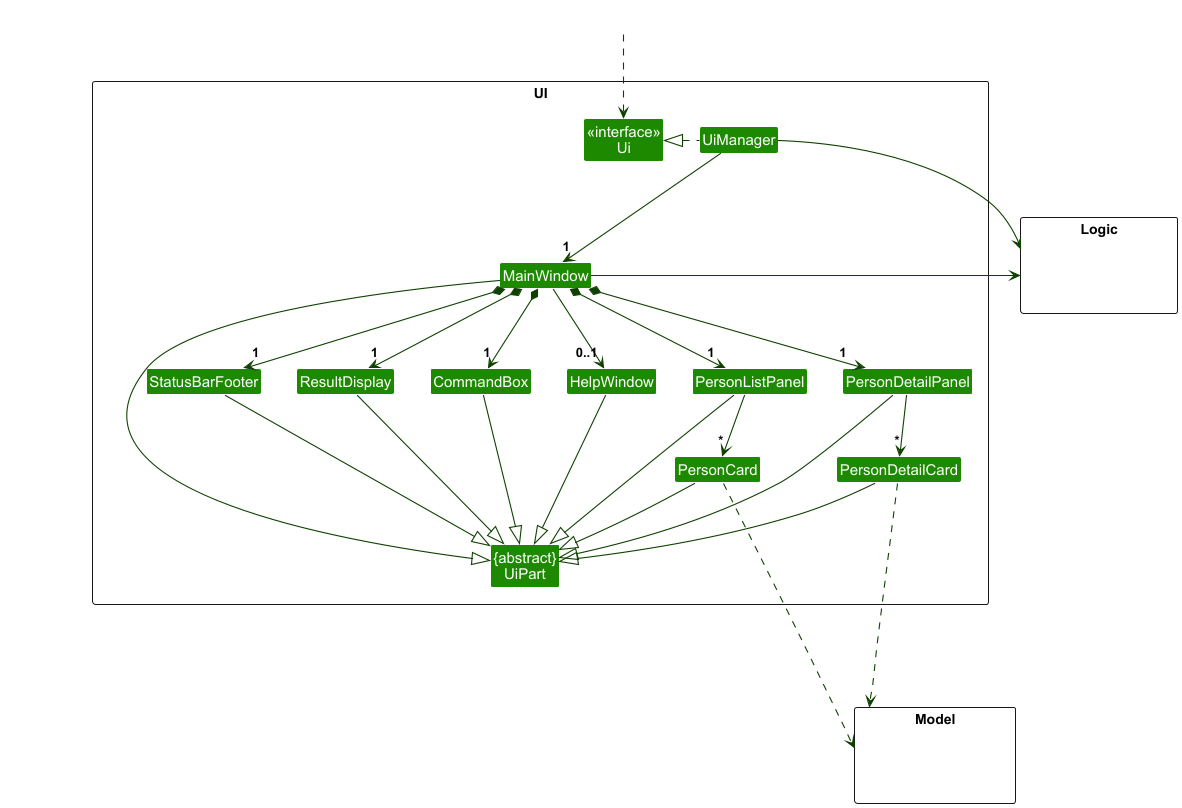
carineang/tp keeps this PlantUML diagram as docs/images/UiClassDiagram.png. Above is the earlier version.
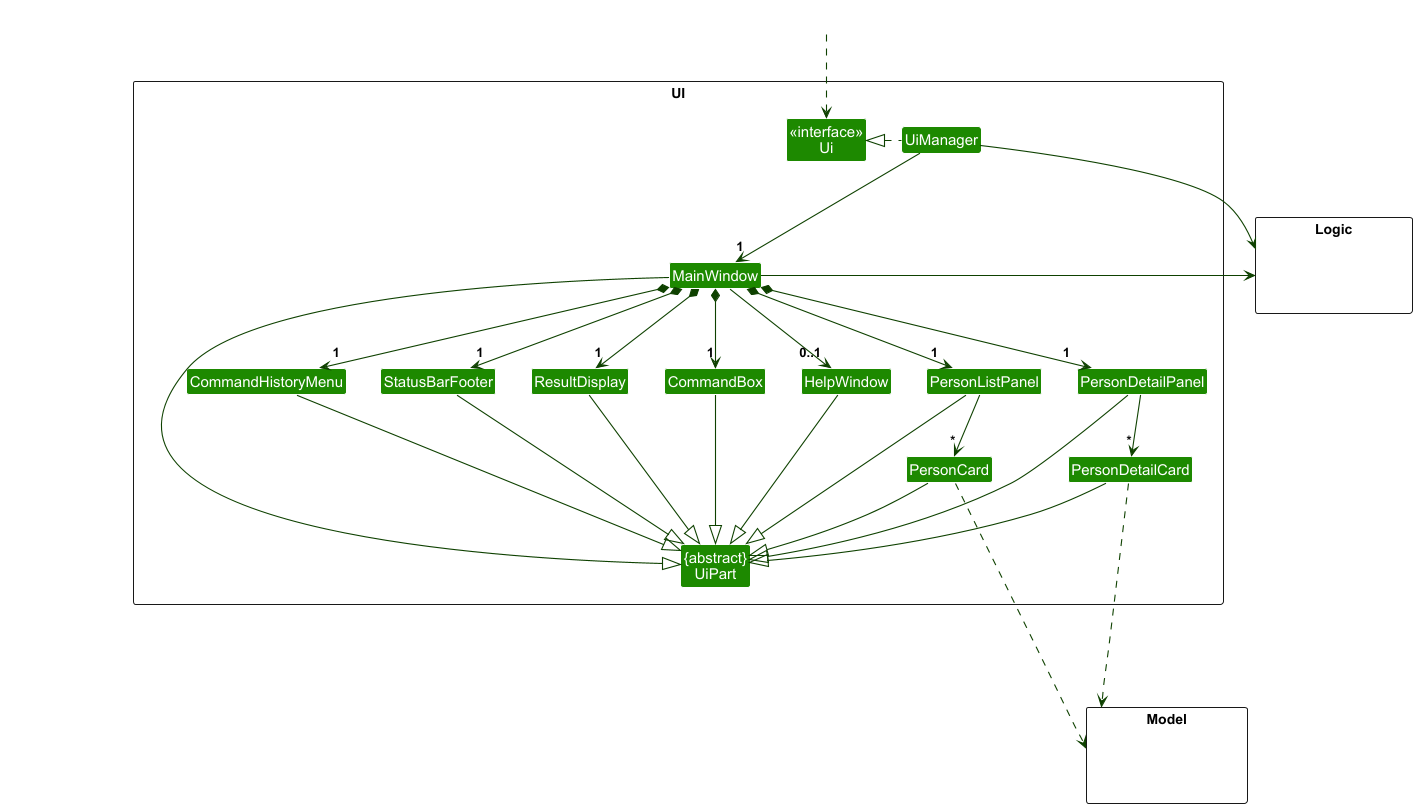
The same diagram one commit later.

Commit message:
Update UI component diagram

What changed in the source:
```diff
@@ -17,6 +17,7 @@
 Class CommandBox
 Class PersonDetailPanel
 Class PersonDetailCard
+Class CommandHistoryMenu
 }
 
 package Model <<Rectangle>> {
@@ -33,6 +34,7 @@
 UiManager .left.|> Ui
 UiManager -down-> "1" MainWindow
 MainWindow *-down->  "1" CommandBox
+MainWindow *-down->  "1" CommandHistoryMenu
 MainWindow *-down-> "1" ResultDisplay
 MainWindow *-down-> "1" PersonListPanel
 MainWindow *-down-> "1" StatusBarFooter
@@ -46,6 +48,7 @@
 
 ResultDisplay --|> UiPart
 CommandBox --|> UiPart
+CommandHistoryMenu --|> UiPart
 PersonListPanel --|> UiPart
 PersonCard --|> UiPart
 PersonDetailPanel --|> UiPart
@@ -66,6 +69,7 @@
 CommandBox -[hidden]left- ResultDisplay
 ResultDisplay -[hidden]left- StatusBarFooter
 PersonDetailPanel -[hidden]left- PersonListPanel
+StatusBarFooter -[hidden]left- CommandHistoryMenu
 
 MainWindow -[hidden]-|> UiPart
 @enduml
```
